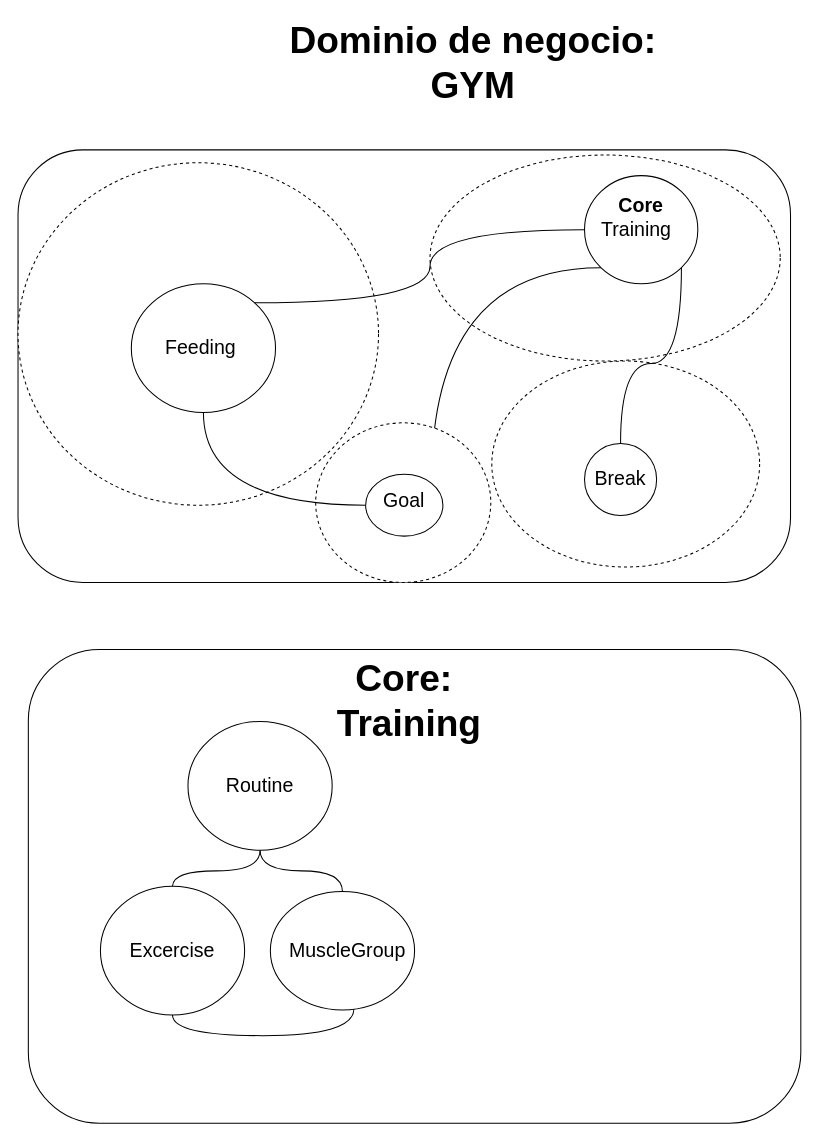
Earlier version of the draw.io diagram page "Eventos" (3 of 3) of BigPictureGym.drawio (Ruiz16-17/Sofka_DDD_Big_Picture_ModelamientoDominio). Source tidied: cells renumbered, new cells numbered last; positions are measured from the earlier drawing's top-left corner, leaving out a move shared by most shapes. Both pictures are drawn from the tidied source at 103%, with x=0, y=0 at pixel (18, 21).
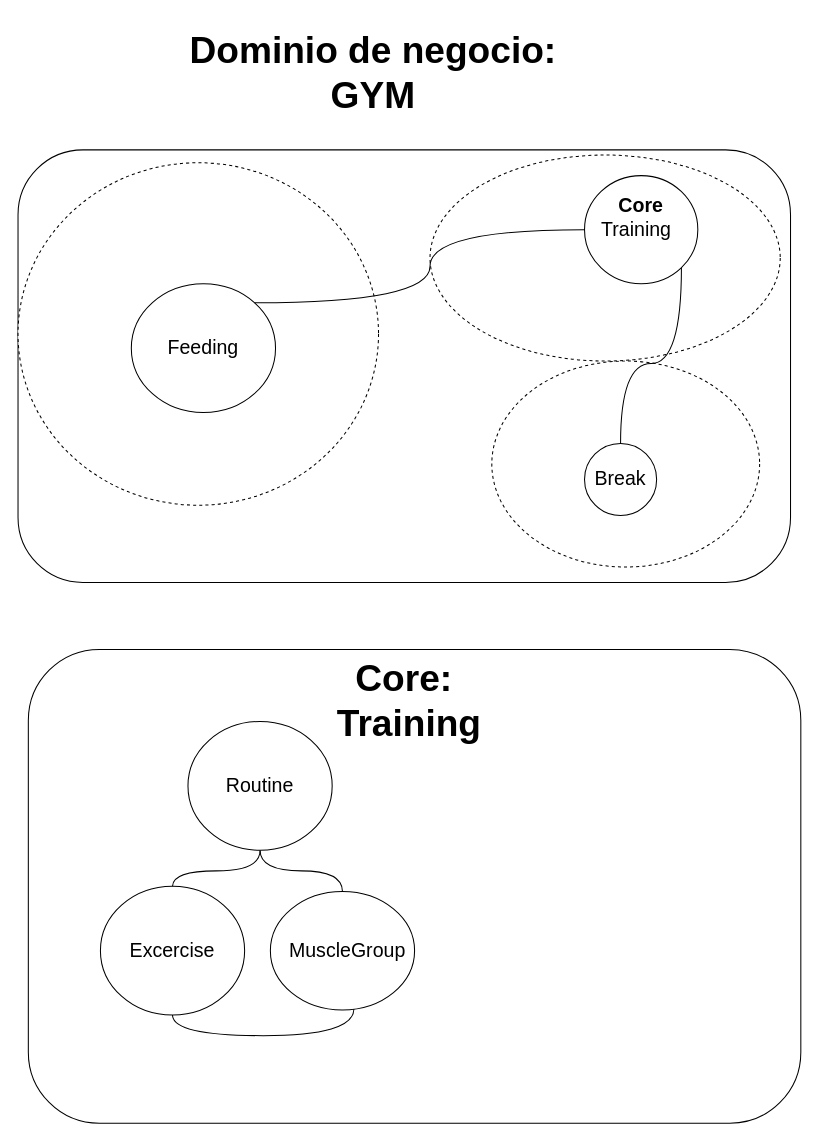
The same diagram, later.

Commit message:
Subdomain Goal eliminated

Unchanged cells that the change refers to:
```xml
<mxCell id="7" style="ellipse;whiteSpace=wrap;html=1;fontFamily=Helvetica;" parent="1" vertex="1">
  <mxGeometry x="110" y="255" width="140" height="125" as="geometry" />
</mxCell>
<mxCell id="12" style="ellipse;whiteSpace=wrap;html=1;" parent="1" vertex="1">
  <mxGeometry x="550" y="150" width="110" height="105" as="geometry" />
</mxCell>
```

What changed in the source:
```diff
@@
     <mxCell id="6" value="&lt;b&gt;&lt;font style=&quot;font-size: 36px&quot;&gt;Dominio de negocio:&amp;nbsp;&lt;br&gt;GYM&amp;nbsp;&lt;/font&gt;&lt;/b&gt;" style="text;html=1;strokeColor=none;fillColor=none;align=center;verticalAlign=middle;whiteSpace=wrap;rounded=0;" parent="1" vertex="1">
-      <mxGeometry x="246.5" width="400" height="80" as="geometry" />
+      <mxGeometry x="150" y="10" width="400" height="80" as="geometry" />
     </mxCell>
@@
-    <mxCell id="11" style="edgeStyle=orthogonalEdgeStyle;curved=1;rounded=0;jettySize=auto;html=1;entryX=1;entryY=0;entryDx=0;entryDy=0;fontFamily=Helvetica;fontSize=19;endArrow=none;endFill=0;exitX=0;exitY=1;exitDx=0;exitDy=0;" parent="1" edge="1" source="12" target="30">
-      <mxGeometry relative="1" as="geometry" />
-    </mxCell>
@@
     <mxCell id="15" value="Feeding" style="text;html=1;strokeColor=none;fillColor=none;align=center;verticalAlign=middle;whiteSpace=wrap;rounded=0;fontFamily=Helvetica;fontSize=19;" parent="1" vertex="1">
-      <mxGeometry x="115" y="303.8" width="125" height="27.5" as="geometry" />
+      <mxGeometry x="115" y="303.8" width="130" height="27.5" as="geometry" />
     </mxCell>
@@
-    <mxCell id="28" style="ellipse;whiteSpace=wrap;html=1;dashed=1;" parent="1" vertex="1">
-      <mxGeometry x="289" y="390" width="170" height="155" as="geometry" />
-    </mxCell>
-    <mxCell id="29" style="edgeStyle=orthogonalEdgeStyle;curved=1;rounded=0;jettySize=auto;html=1;fontFamily=Helvetica;fontSize=19;endArrow=none;endFill=0;" parent="1" edge="1" source="30" target="7">
-      <mxGeometry relative="1" as="geometry" />
-    </mxCell>
-    <mxCell id="30" style="ellipse;whiteSpace=wrap;html=1;fontFamily=Helvetica;" parent="1" vertex="1">
-      <mxGeometry x="337.5" y="440" width="75" height="60" as="geometry" />
-    </mxCell>
-    <mxCell id="31" value="Goal" style="text;html=1;strokeColor=none;fillColor=none;align=center;verticalAlign=middle;whiteSpace=wrap;rounded=0;fontFamily=Helvetica;fontSize=19;" parent="1" vertex="1">
-      <mxGeometry x="330" y="452.5" width="90" height="27.5" as="geometry" />
-    </mxCell>
```
